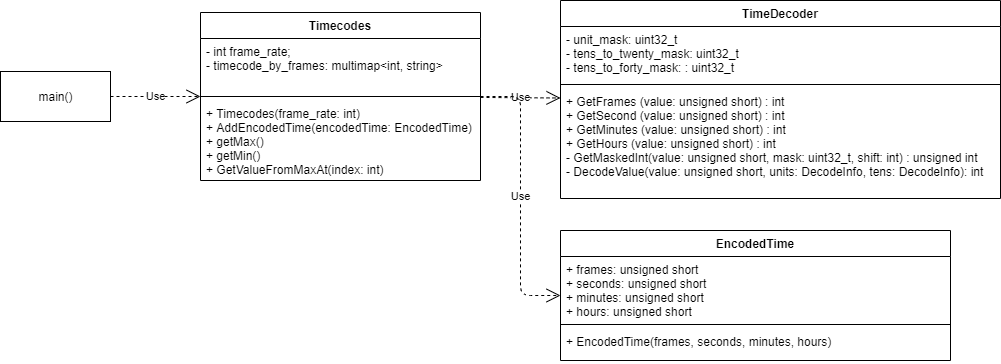
Above: images/time_decoder_diagram.png in sergio-nnz/linear-timecode-decoder (draw.io), before the change. Source tidied: cells renumbered, new cells last; positions are measured from the earlier drawing's top-left corner, leaving out a move shared by most shapes.
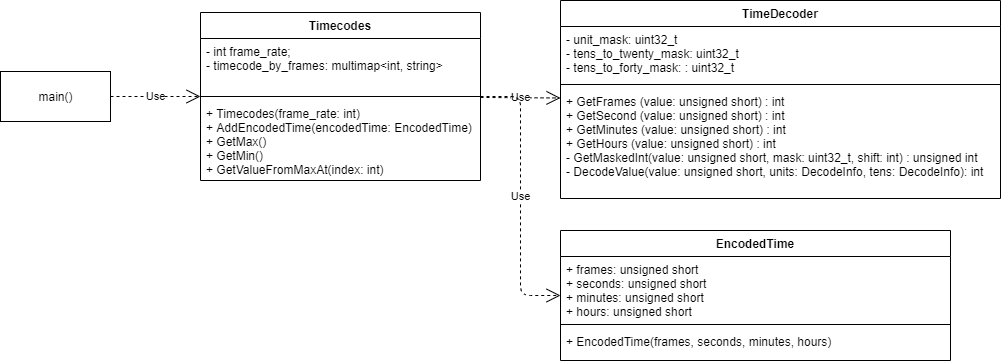
The same file after the commit.

Commit message:
documentation: Fox typo in diagram

What changed in the source:
```diff
@@ -23,7 +23,7 @@
     <mxCell id="8" style="line;strokeWidth=1;fillColor=none;align=left;verticalAlign=middle;spacingTop=-1;spacingLeft=3;spacingRight=3;labelPosition=right;" parent="6" vertex="1">
       <mxGeometry y="80" width="280" height="8" as="geometry" />
     </mxCell>
-    <mxCell id="9" value="+ Timecodes(frame_rate: int)&#10;+ AddEncodedTime(encodedTime: EncodedTime)&#10;+ getMax()&#10;+ getMin()&#10;+ GetValueFromMaxAt(index: int)" style="text;strokeColor=none;fillColor=none;align=left;verticalAlign=top;spacingLeft=4;spacingRight=4;overflow=hidden;" parent="6" vertex="1">
+    <mxCell id="9" value="+ Timecodes(frame_rate: int)&#10;+ AddEncodedTime(encodedTime: EncodedTime)&#10;+ GetMax()&#10;+ GetMin()&#10;+ GetValueFromMaxAt(index: int)" style="text;strokeColor=none;fillColor=none;align=left;verticalAlign=top;spacingLeft=4;spacingRight=4;overflow=hidden;" parent="6" vertex="1">
       <mxGeometry y="88" width="280" height="80" as="geometry" />
     </mxCell>
     <mxCell id="10" value="main()" style="html=1;" parent="1" vertex="1">
```
